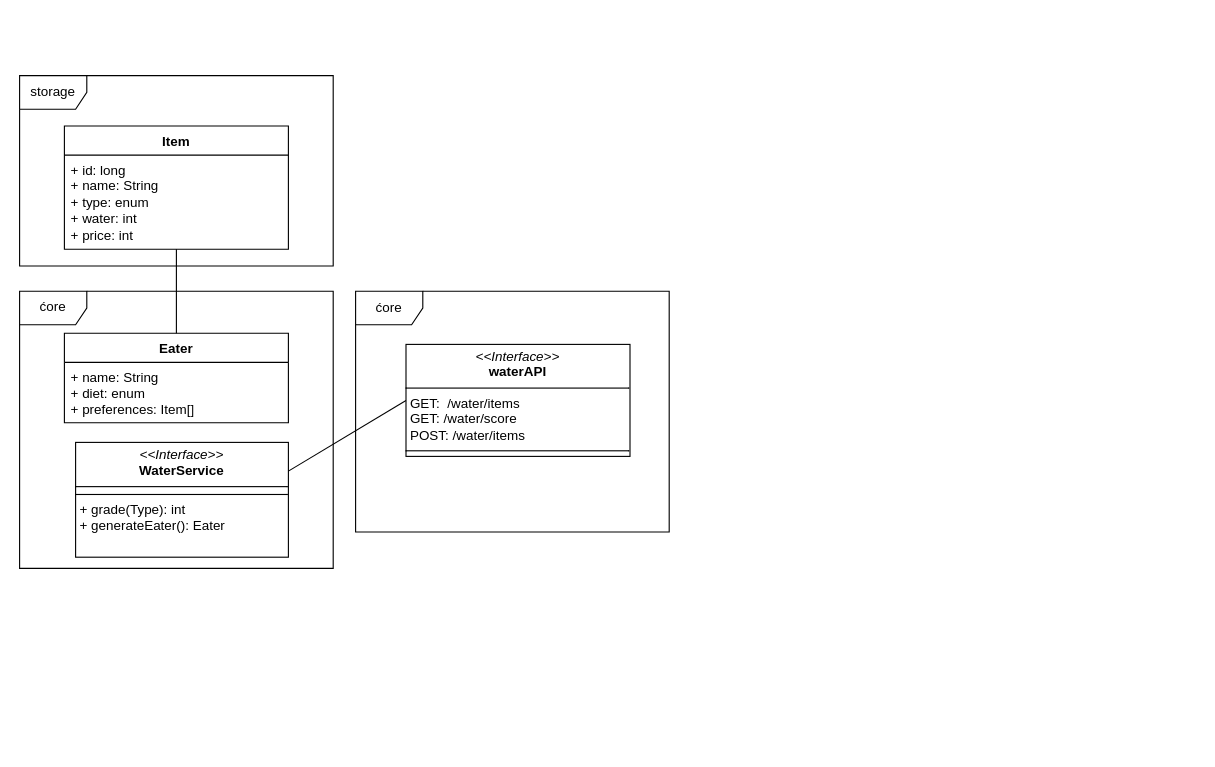
Before: doc/wassserarm/uml/src/classes.drawio in j0giwa/klimaralley, a draw.io diagram. Source tidied: cells renumbered, new cells numbered last; positions are measured from the earlier drawing's top-left corner, leaving out a move shared by most shapes. Both pictures are drawn from the tidied source at 112%, with x=0, y=0 at pixel (19, 75).
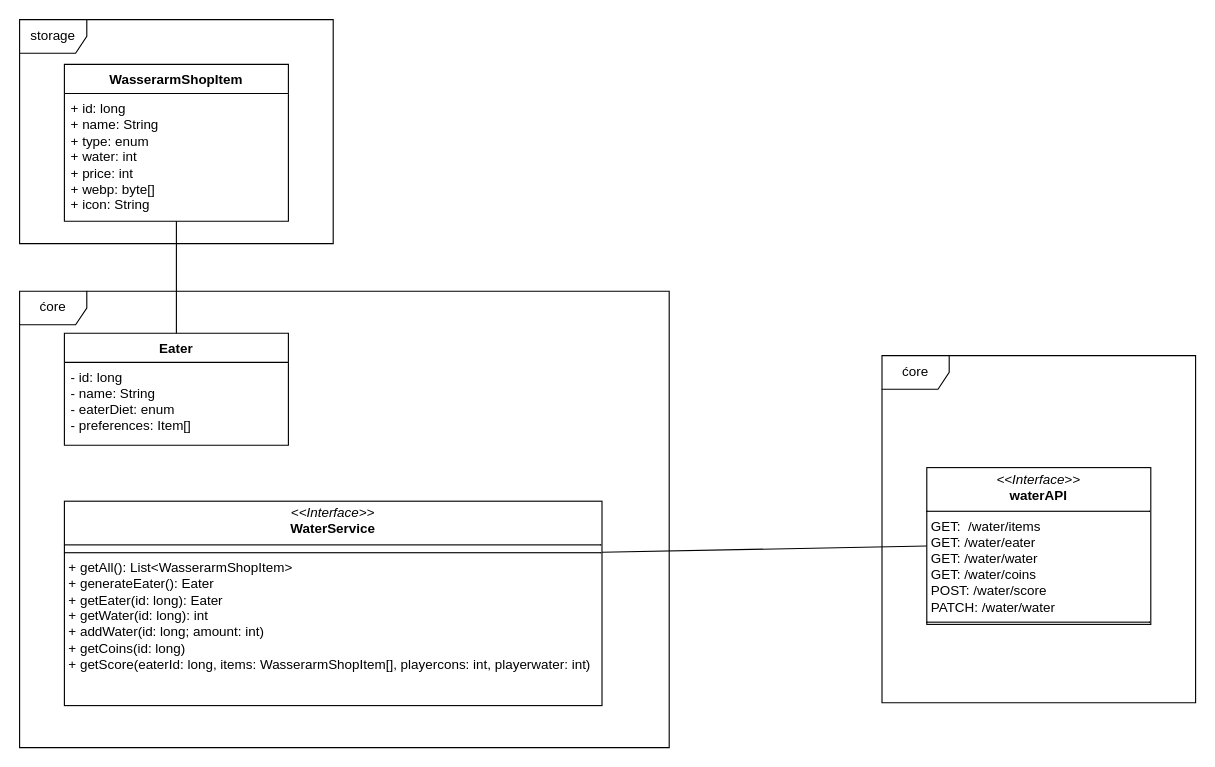
The same diagram, later.

What changed in the source:
```diff
@@
 <mxGraphModel>
   <root>
     <mxCell id="0" />
     <mxCell id="1" parent="0" />
-    <mxCell id="2" value="&lt;p style=&quot;margin:0px;margin-top:4px;text-align:center;&quot;&gt;&lt;i&gt;&amp;lt;&amp;lt;Interface&amp;gt;&amp;gt;&lt;/i&gt;&lt;br&gt;&lt;b&gt;waterAPI&lt;/b&gt;&lt;br&gt;&lt;/p&gt;&lt;hr size=&quot;1&quot; style=&quot;border-style:solid;&quot;&gt;&lt;p style=&quot;margin:0px;margin-left:4px;&quot;&gt;GET:&amp;nbsp; /water/items&lt;/p&gt;&lt;p style=&quot;margin:0px;margin-left:4px;&quot;&gt;GET: /water/score&lt;br&gt;&lt;/p&gt;&lt;p style=&quot;margin:0px;margin-left:4px;&quot;&gt;POST: /water/items&lt;br&gt;&lt;/p&gt;&lt;hr size=&quot;1&quot; style=&quot;border-style:solid;&quot;&gt;" style="verticalAlign=top;align=left;overflow=fill;html=1;whiteSpace=wrap;" parent="1" vertex="1">
-      <mxGeometry x="345" y="240" width="200" height="100" as="geometry" />
+    <mxCell id="2" value="&lt;p style=&quot;margin:0px;margin-top:4px;text-align:center;&quot;&gt;&lt;i&gt;&amp;lt;&amp;lt;Interface&amp;gt;&amp;gt;&lt;/i&gt;&lt;br&gt;&lt;b&gt;waterAPI&lt;/b&gt;&lt;br&gt;&lt;/p&gt;&lt;hr size=&quot;1&quot; style=&quot;border-style:solid;&quot;&gt;&lt;p style=&quot;margin:0px;margin-left:4px;&quot;&gt;GET:&amp;nbsp; /water/items&lt;/p&gt;&lt;p style=&quot;margin:0px;margin-left:4px;&quot;&gt;GET: /water/eater&lt;/p&gt;&lt;p style=&quot;margin:0px;margin-left:4px;&quot;&gt;GET: /water/water&lt;/p&gt;&lt;p style=&quot;margin:0px;margin-left:4px;&quot;&gt;GET: /water/coins&lt;/p&gt;&lt;p style=&quot;margin:0px;margin-left:4px;&quot;&gt;POST: /water/score&lt;br&gt;&lt;/p&gt;&lt;p style=&quot;margin:0px;margin-left:4px;&quot;&gt;PATCH: /water/water&lt;br&gt;&lt;/p&gt;&lt;hr size=&quot;1&quot; style=&quot;border-style:solid;&quot;&gt;" style="verticalAlign=top;align=left;overflow=fill;html=1;whiteSpace=wrap;" parent="1" vertex="1">
+      <mxGeometry x="810" y="350" width="200" height="140" as="geometry" />
     </mxCell>
-    <mxCell id="3" value="&lt;div&gt;Item&lt;/div&gt;&lt;div&gt;&lt;br&gt;&lt;/div&gt;" style="swimlane;fontStyle=1;align=center;verticalAlign=top;horizontal=1;startSize=26;whiteSpace=wrap;html=1;" parent="1" vertex="1">
-      <mxGeometry x="40" y="45" width="200" height="110" as="geometry" />
+    <mxCell id="3" value="&lt;div&gt;WasserarmShopItem&lt;/div&gt;&lt;div&gt;&lt;br&gt;&lt;/div&gt;" style="swimlane;fontStyle=1;align=center;verticalAlign=top;horizontal=1;startSize=26;whiteSpace=wrap;html=1;" parent="1" vertex="1">
+      <mxGeometry x="40" y="-10" width="200" height="140" as="geometry" />
     </mxCell>
-    <mxCell id="4" value="&lt;div&gt;+ id: long&lt;/div&gt;&lt;div&gt;+ name: String&lt;/div&gt;&lt;div&gt;+ type: enum&lt;/div&gt;&lt;div&gt;+ water: int&lt;br&gt;+ price: int&lt;/div&gt;" style="text;strokeColor=none;fillColor=none;align=left;verticalAlign=top;spacingLeft=4;spacingRight=4;overflow=hidden;whiteSpace=wrap;html=1;" parent="3" vertex="1">
-      <mxGeometry y="26" width="200" height="84" as="geometry" />
+    <mxCell id="4" value="&lt;div&gt;+ id: long&lt;/div&gt;&lt;div&gt;+ name: String&lt;/div&gt;&lt;div&gt;+ type: enum&lt;/div&gt;&lt;div&gt;+ water: int&lt;br&gt;+ price: int&lt;/div&gt;&lt;div&gt;+ webp: byte[]&lt;/div&gt;&lt;div&gt;+ icon: String&lt;/div&gt;" style="text;strokeColor=none;fillColor=none;align=left;verticalAlign=top;spacingLeft=4;spacingRight=4;overflow=hidden;whiteSpace=wrap;html=1;" parent="3" vertex="1">
+      <mxGeometry y="26" width="200" height="114" as="geometry" />
     </mxCell>
     <mxCell id="5" value="Eater" style="swimlane;fontStyle=1;align=center;verticalAlign=top;horizontal=1;startSize=26;whiteSpace=wrap;html=1;" parent="1" vertex="1">
-      <mxGeometry x="40" y="230" width="200" height="80" as="geometry" />
+      <mxGeometry x="40" y="230" width="200" height="100" as="geometry" />
     </mxCell>
-    <mxCell id="6" value="&lt;div&gt;+ name: String&lt;/div&gt;&lt;div&gt;+ diet: enum&lt;/div&gt;&lt;div&gt;+ preferences: Item[]&lt;/div&gt;" style="text;strokeColor=none;fillColor=none;align=left;verticalAlign=top;spacingLeft=4;spacingRight=4;overflow=hidden;whiteSpace=wrap;html=1;" parent="5" vertex="1">
-      <mxGeometry y="26" width="200" height="54" as="geometry" />
+    <mxCell id="6" value="&lt;div&gt;&lt;span style=&quot;background-color: initial;&quot;&gt;- id: long&lt;/span&gt;&lt;/div&gt;&lt;div&gt;&lt;span style=&quot;background-color: initial;&quot;&gt;- name: String&lt;/span&gt;&lt;br&gt;&lt;/div&gt;&lt;div&gt;- eaterDiet: enum&lt;/div&gt;&lt;div&gt;- preferences: Item[]&lt;/div&gt;" style="text;strokeColor=none;fillColor=none;align=left;verticalAlign=top;spacingLeft=4;spacingRight=4;overflow=hidden;whiteSpace=wrap;html=1;" parent="5" vertex="1">
+      <mxGeometry y="26" width="200" height="74" as="geometry" />
     </mxCell>
     <mxCell id="7" style="endArrow=none;html=1;rounded=0;exitX=0.5;exitY=1;exitDx=0;exitDy=0;entryX=0.5;entryY=0;entryDx=0;entryDy=0;" parent="1" edge="1" source="3" target="5">
       <mxGeometry relative="1" as="geometry" />
     </mxCell>
     <mxCell id="8" value="storage" style="shape=umlFrame;whiteSpace=wrap;html=1;" parent="1" vertex="1">
-      <mxGeometry width="280" height="170" as="geometry" />
+      <mxGeometry y="-50" width="280" height="200" as="geometry" />
     </mxCell>
     <mxCell id="9" value="ćore" style="shape=umlFrame;whiteSpace=wrap;html=1;" parent="1" vertex="1">
-      <mxGeometry y="192.5" width="280" height="247.5" as="geometry" />
+      <mxGeometry y="192.5" width="580" height="407.5" as="geometry" />
     </mxCell>
     <mxCell id="10" value="ćore" style="shape=umlFrame;whiteSpace=wrap;html=1;" parent="1" vertex="1">
-      <mxGeometry x="300" y="192.5" width="280" height="215" as="geometry" />
+      <mxGeometry x="770" y="250" width="280" height="310" as="geometry" />
     </mxCell>
-    <mxCell id="11" value="&lt;p style=&quot;margin:0px;margin-top:4px;text-align:center;&quot;&gt;&lt;i&gt;&amp;lt;&amp;lt;Interface&amp;gt;&amp;gt;&lt;/i&gt;&lt;br&gt;&lt;b&gt;WaterService&lt;/b&gt;&lt;br&gt;&lt;/p&gt;&lt;hr size=&quot;1&quot; style=&quot;border-style:solid;&quot;&gt;&lt;hr size=&quot;1&quot; style=&quot;border-style:solid;&quot;&gt;&lt;p style=&quot;margin:0px;margin-left:4px;&quot;&gt;+ grade(Type): int&lt;br&gt;+ generateEater(): Eater&lt;br&gt;&lt;/p&gt;" style="verticalAlign=top;align=left;overflow=fill;html=1;whiteSpace=wrap;" parent="1" vertex="1">
-      <mxGeometry x="50" y="327.5" width="190" height="102.5" as="geometry" />
+    <mxCell id="11" value="&lt;p style=&quot;margin:0px;margin-top:4px;text-align:center;&quot;&gt;&lt;i&gt;&amp;lt;&amp;lt;Interface&amp;gt;&amp;gt;&lt;/i&gt;&lt;br&gt;&lt;b&gt;WaterService&lt;/b&gt;&lt;br&gt;&lt;/p&gt;&lt;hr size=&quot;1&quot; style=&quot;border-style:solid;&quot;&gt;&lt;hr size=&quot;1&quot; style=&quot;border-style:solid;&quot;&gt;&lt;p style=&quot;margin:0px;margin-left:4px;&quot;&gt;+ getAll(): List&amp;lt;WasserarmShopItem&amp;gt;&lt;/p&gt;&lt;p style=&quot;margin:0px;margin-left:4px;&quot;&gt;+ generateEater(): Eater&lt;br&gt;&lt;/p&gt;&lt;p style=&quot;margin:0px;margin-left:4px;&quot;&gt;+ getEater(id: long): Eater&lt;/p&gt;&lt;p style=&quot;margin:0px;margin-left:4px;&quot;&gt;+ getWater(id: long): int&lt;/p&gt;&lt;p style=&quot;margin:0px;margin-left:4px;&quot;&gt;+ addWater(id: long; amount: int)&lt;br&gt;+ getCoins(id: long)&lt;br&gt;+ getScore(eaterId: long, items:&amp;nbsp;&lt;span style=&quot;background-color: initial;&quot;&gt;WasserarmShopItem[], playercons: int, playerwater: int)&lt;/span&gt;&lt;/p&gt;" style="verticalAlign=top;align=left;overflow=fill;html=1;whiteSpace=wrap;" parent="1" vertex="1">
+      <mxGeometry x="40" y="380" width="480" height="182.5" as="geometry" />
     </mxCell>
     <mxCell id="12" style="endArrow=none;html=1;rounded=0;exitX=1;exitY=0.25;exitDx=0;exitDy=0;entryX=0;entryY=0.5;entryDx=0;entryDy=0;" parent="1" edge="1" source="11" target="2">
       <mxGeometry relative="1" as="geometry" />
     </mxCell>
   </root>
 </mxGraphModel>
```
